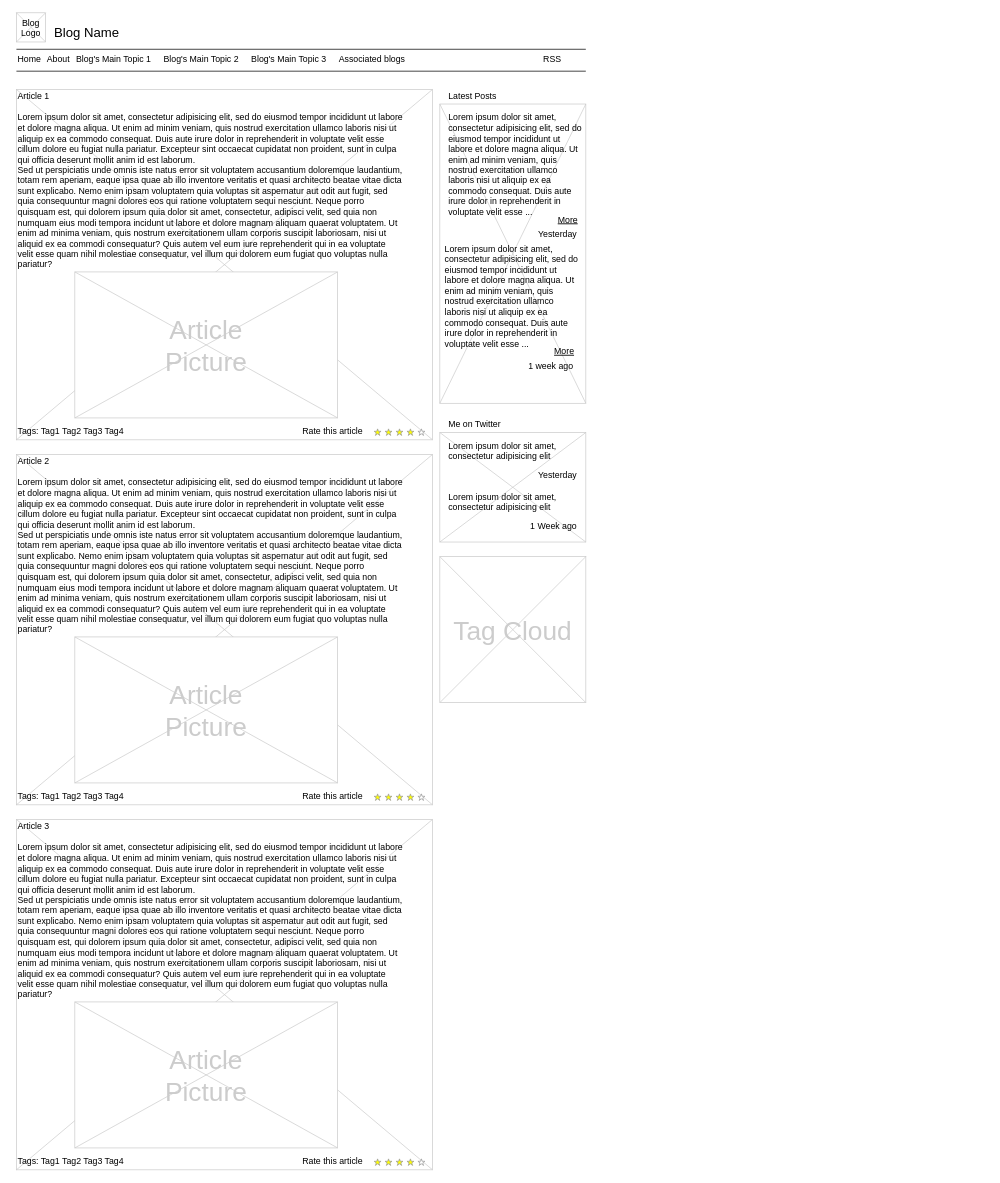
The draw.io diagram Untitled Diagram.drawio in jenni200462173/git-branch-pr-workflow, before the edit. Source tidied: cells renumbered, new cells numbered last; positions are measured from the earlier drawing's top-left corner, leaving out a move shared by most shapes. Both pictures are drawn from the tidied source at 73%, with x=0, y=0 at pixel (16, 12).
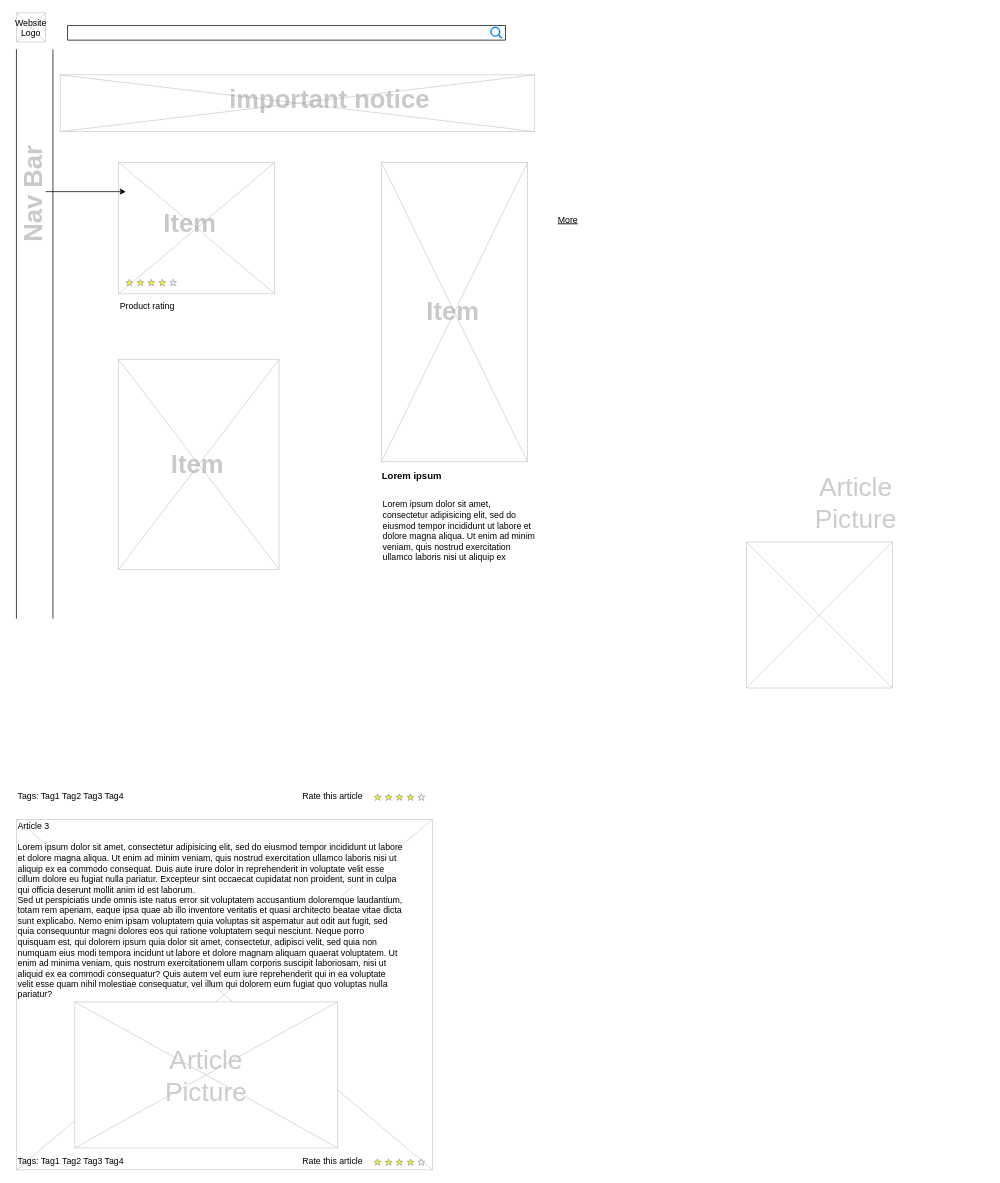
The same diagram, later.

Commit message:
Search bar wire frame

Diff of the diagram source:
```diff
@@
+    <mxCell id="54" style="verticalLabelPosition=bottom;verticalAlign=top;html=1;shape=mxgraph.basic.rect;fillColor2=none;strokeWidth=1;size=20;indent=5;fontFamily=Helvetica;fontSize=13;fontColor=#949494;" parent="1" vertex="1">
+      <mxGeometry x="70" y="17.5" width="600" height="20" as="geometry" />
+    </mxCell>
     <mxCell id="2" style="verticalLabelPosition=bottom;verticalAlign=top;strokeWidth=1;shape=mxgraph.mockup.graphics.iconGrid;strokeColor=#CCCCCC;gridSize=1,1;" parent="1" vertex="1">
-      <mxGeometry x="580" y="125" width="200" height="410" as="geometry" />
+      <mxGeometry x="500" y="205" width="200" height="410" as="geometry" />
     </mxCell>
     <mxCell id="3" style="verticalLabelPosition=bottom;verticalAlign=top;strokeWidth=1;shape=mxgraph.mockup.graphics.iconGrid;strokeColor=#CCCCCC;gridSize=1,1;" parent="1" vertex="1">
-      <mxGeometry y="105" width="570" height="480" as="geometry" />
+      <mxGeometry x="140" y="205" width="213.8" height="180" as="geometry" />
     </mxCell>
-    <mxCell id="4" value="Blog Name" style="text;spacingTop=-5;fontSize=18;fontStyle=0;" parent="1" vertex="1">
-      <mxGeometry x="50" y="15" width="230" height="20" as="geometry" />
-    </mxCell>
-    <mxCell id="5" style="line;strokeWidth=1;" parent="1" vertex="1">
-      <mxGeometry y="45" width="780" height="10" as="geometry" />
-    </mxCell>
-    <mxCell id="6" style="line;strokeWidth=1;" parent="1" vertex="1">
-      <mxGeometry y="75" width="780" height="10" as="geometry" />
+    <mxCell id="6" style="line;strokeWidth=1;rotation=-90;" parent="1" vertex="1">
+      <mxGeometry x="-340" y="435" width="780" height="10" as="geometry" />
     </mxCell>
-    <mxCell id="7" value="Home" style="text;spacingTop=-5;" parent="1" vertex="1">
-      <mxGeometry y="55" width="30" height="20" as="geometry" />
-    </mxCell>
-    <mxCell id="8" value="About" style="text;spacingTop=-5;" parent="1" vertex="1">
-      <mxGeometry x="40" y="55" width="30" height="20" as="geometry" />
-    </mxCell>
-    <mxCell id="9" value="Associated blogs" style="text;spacingTop=-5;" parent="1" vertex="1">
-      <mxGeometry x="440" y="55" width="30" height="20" as="geometry" />
-    </mxCell>
-    <mxCell id="10" value="Article 1" style="text;spacingTop=-5;" parent="1" vertex="1">
-      <mxGeometry y="105" width="30" height="20" as="geometry" />
-    </mxCell>
-    <mxCell id="11" value="Lorem ipsum dolor sit amet, consectetur adipisicing elit, sed do eiusmod tempor incididunt ut labore et dolore magna aliqua. Ut enim ad minim veniam, quis nostrud exercitation ullamco laboris nisi ut aliquip ex ea commodo consequat. Duis aute irure dolor in reprehenderit in voluptate velit esse cillum dolore eu fugiat nulla pariatur. Excepteur sint occaecat cupidatat non proident, sunt in culpa qui officia deserunt mollit anim id est laborum.&#10;Sed ut perspiciatis unde omnis iste natus error sit voluptatem accusantium doloremque laudantium, totam rem aperiam, eaque ipsa quae ab illo inventore veritatis et quasi architecto beatae vitae dicta sunt explicabo. Nemo enim ipsam voluptatem quia voluptas sit aspernatur aut odit aut fugit, sed quia consequuntur magni dolores eos qui ratione voluptatem sequi nesciunt. Neque porro quisquam est, qui dolorem ipsum quia dolor sit amet, consectetur, adipisci velit, sed quia non numquam eius modi tempora incidunt ut labore et dolore magnam aliquam quaerat voluptatem. Ut enim ad minima veniam, quis nostrum exercitationem ullam corporis suscipit laboriosam, nisi ut aliquid ex ea commodi consequatur? Quis autem vel eum iure reprehenderit qui in ea voluptate velit esse quam nihil molestiae consequatur, vel illum qui dolorem eum fugiat quo voluptas nulla pariatur?" style="text;spacingTop=-5;whiteSpace=wrap;align=left;" parent="1" vertex="1">
-      <mxGeometry y="135" width="530" height="250" as="geometry" />
+    <mxCell id="11" value="Lorem ipsum dolor sit amet, consectetur adipisicing elit, sed do eiusmod tempor incididunt ut labore et dolore magna aliqua. Ut enim ad minim veniam, quis nostrud exercitation ullamco laboris nisi ut aliquip ex " style="text;spacingTop=-5;whiteSpace=wrap;align=left;" parent="1" vertex="1">
+      <mxGeometry x="500" y="665" width="213.1" height="135" as="geometry" />
     </mxCell>
@@
-    <mxCell id="13" value="RSS" style="text;spacingTop=-5;" parent="1" vertex="1">
-      <mxGeometry x="720" y="55" width="30" height="20" as="geometry" />
-    </mxCell>
-    <mxCell id="14" value="Lorem ipsum dolor sit amet, consectetur adipisicing elit, sed do eiusmod tempor incididunt ut labore et dolore magna aliqua. Ut enim ad minim veniam, quis nostrud exercitation ullamco laboris nisi ut aliquip ex ea commodo consequat. Duis aute irure dolor in reprehenderit in voluptate velit esse ..." style="text;spacingTop=-5;whiteSpace=wrap;align=left;" parent="1" vertex="1">
-      <mxGeometry x="590" y="135" width="190" height="140" as="geometry" />
-    </mxCell>
@@
-    <mxCell id="16" value="Yesterday" style="text;spacingTop=-5;fontStyle=0;align=right;" parent="1" vertex="1">
-      <mxGeometry x="740" y="295" width="30" height="20" as="geometry" />
-    </mxCell>
-    <mxCell id="17" value="Lorem ipsum dolor sit amet, consectetur adipisicing elit, sed do eiusmod tempor incididunt ut labore et dolore magna aliqua. Ut enim ad minim veniam, quis nostrud exercitation ullamco laboris nisi ut aliquip ex ea commodo consequat. Duis aute irure dolor in reprehenderit in voluptate velit esse ..." style="text;spacingTop=-5;whiteSpace=wrap;align=left;" parent="1" vertex="1">
-      <mxGeometry x="585" y="315" width="190" height="140" as="geometry" />
-    </mxCell>
-    <mxCell id="18" value="More" style="text;spacingTop=-5;fontStyle=4;" parent="1" vertex="1">
-      <mxGeometry x="735" y="455" width="30" height="20" as="geometry" />
-    </mxCell>
-    <mxCell id="19" value="1 week ago" style="text;spacingTop=-5;fontStyle=0;align=right;" parent="1" vertex="1">
-      <mxGeometry x="735" y="475" width="30" height="20" as="geometry" />
-    </mxCell>
@@
-    <mxCell id="21" value="Blog &#10;Logo" style="text;spacingTop=-5;align=center;" parent="1" vertex="1">
+    <mxCell id="21" value="Website&#10;Logo" style="text;spacingTop=-5;align=center;" parent="1" vertex="1">
       <mxGeometry y="5" width="40" height="40" as="geometry" />
     </mxCell>
-    <mxCell id="22" value="Blog's Main Topic 1" style="text;spacingTop=-5;" parent="1" vertex="1">
-      <mxGeometry x="80" y="55" width="30" height="20" as="geometry" />
+    <mxCell id="22" value="Nav Bar" style="text;spacingTop=-5;fontStyle=1;fontFamily=Helvetica;fontColor=#949494;fontSize=35;rotation=-90;textOpacity=50;" parent="1" vertex="1">
+      <mxGeometry x="-20" y="35" width="300" height="260" as="geometry" />
     </mxCell>
-    <mxCell id="23" value="Blog's Main Topic 2" style="text;spacingTop=-5;" parent="1" vertex="1">
-      <mxGeometry x="200" y="55" width="30" height="20" as="geometry" />
-    </mxCell>
-    <mxCell id="24" value="Blog's Main Topic 3" style="text;spacingTop=-5;" parent="1" vertex="1">
-      <mxGeometry x="320" y="55" width="30" height="20" as="geometry" />
-    </mxCell>
     <mxCell id="25" style="verticalLabelPosition=bottom;verticalAlign=top;strokeWidth=1;shape=mxgraph.mockup.graphics.iconGrid;strokeColor=#CCCCCC;gridSize=1,1;" parent="1" vertex="1">
-      <mxGeometry x="80" y="355" width="360" height="200" as="geometry" />
+      <mxGeometry x="60" y="85" width="650" height="77.8" as="geometry" />
     </mxCell>
-    <mxCell id="26" value="Article&#10;Picture" style="text;spacingTop=-5;align=center;verticalAlign=middle;fontSize=36;fontColor=#CCCCCC;" parent="1" vertex="1">
-      <mxGeometry x="80" y="355" width="360" height="200" as="geometry" />
-    </mxCell>
     <mxCell id="27" style="verticalLabelPosition=bottom;verticalAlign=top;strokeWidth=1;shape=mxgraph.mockup.graphics.iconGrid;strokeColor=#CCCCCC;gridSize=1,1;" parent="1" vertex="1">
-      <mxGeometry y="605" width="570" height="480" as="geometry" />
+      <mxGeometry x="140" y="475" width="219.7" height="287.5" as="geometry" />
     </mxCell>
-    <mxCell id="28" value="Article 2" style="text;spacingTop=-5;" parent="1" vertex="1">
-      <mxGeometry y="605" width="30" height="20" as="geometry" />
-    </mxCell>
-    <mxCell id="29" value="Lorem ipsum dolor sit amet, consectetur adipisicing elit, sed do eiusmod tempor incididunt ut labore et dolore magna aliqua. Ut enim ad minim veniam, quis nostrud exercitation ullamco laboris nisi ut aliquip ex ea commodo consequat. Duis aute irure dolor in reprehenderit in voluptate velit esse cillum dolore eu fugiat nulla pariatur. Excepteur sint occaecat cupidatat non proident, sunt in culpa qui officia deserunt mollit anim id est laborum.&#10;Sed ut perspiciatis unde omnis iste natus error sit voluptatem accusantium doloremque laudantium, totam rem aperiam, eaque ipsa quae ab illo inventore veritatis et quasi architecto beatae vitae dicta sunt explicabo. Nemo enim ipsam voluptatem quia voluptas sit aspernatur aut odit aut fugit, sed quia consequuntur magni dolores eos qui ratione voluptatem sequi nesciunt. Neque porro quisquam est, qui dolorem ipsum quia dolor sit amet, consectetur, adipisci velit, sed quia non numquam eius modi tempora incidunt ut labore et dolore magnam aliquam quaerat voluptatem. Ut enim ad minima veniam, quis nostrum exercitationem ullam corporis suscipit laboriosam, nisi ut aliquid ex ea commodi consequatur? Quis autem vel eum iure reprehenderit qui in ea voluptate velit esse quam nihil molestiae consequatur, vel illum qui dolorem eum fugiat quo voluptas nulla pariatur?" style="text;spacingTop=-5;whiteSpace=wrap;align=left;" parent="1" vertex="1">
-      <mxGeometry y="635" width="530" height="250" as="geometry" />
-    </mxCell>
-    <mxCell id="30" style="verticalLabelPosition=bottom;verticalAlign=top;strokeWidth=1;shape=mxgraph.mockup.graphics.iconGrid;strokeColor=#CCCCCC;gridSize=1,1;" parent="1" vertex="1">
-      <mxGeometry x="80" y="855" width="360" height="200" as="geometry" />
-    </mxCell>
     <mxCell id="31" value="Article&#10;Picture" style="text;spacingTop=-5;align=center;verticalAlign=middle;fontSize=36;fontColor=#CCCCCC;" parent="1" vertex="1">
-      <mxGeometry x="80" y="855" width="360" height="200" as="geometry" />
+      <mxGeometry x="970" y="570" width="360" height="200" as="geometry" />
     </mxCell>
@@
     <mxCell id="37" style="verticalLabelPosition=bottom;verticalAlign=top;strokeWidth=1;shape=mxgraph.mockup.misc.rating;strokeColor=#999999;fillColor=#ffff00;emptyFillColor=#ffffff;grade=4;ratingScale=5;ratingStyle=star;" parent="1" vertex="1">
-      <mxGeometry x="490" y="570" width="77.5" height="10" as="geometry" />
+      <mxGeometry x="150" y="365" width="77.5" height="10" as="geometry" />
     </mxCell>
-    <mxCell id="38" value="Rate this article" style="text;spacingTop=-5;" parent="1" vertex="1">
-      <mxGeometry x="390" y="565" width="30" height="20" as="geometry" />
+    <mxCell id="38" value="Product rating" style="text;spacingTop=-5;" parent="1" vertex="1">
+      <mxGeometry x="140" y="392.8" width="130" height="20" as="geometry" />
     </mxCell>
@@
-    <mxCell id="43" value="Tags: Tag1 Tag2 Tag3 Tag4" style="text;spacingTop=-5;" parent="1" vertex="1">
-      <mxGeometry y="565" width="210" height="20" as="geometry" />
-    </mxCell>
@@
-    <mxCell id="46" style="verticalLabelPosition=bottom;verticalAlign=top;strokeWidth=1;shape=mxgraph.mockup.graphics.iconGrid;strokeColor=#CCCCCC;gridSize=1,1;" parent="1" vertex="1">
-      <mxGeometry x="580" y="575" width="200" height="150" as="geometry" />
-    </mxCell>
-    <mxCell id="47" value="Me on Twitter" style="text;spacingTop=-5;" parent="1" vertex="1">
-      <mxGeometry x="590" y="555" width="30" height="20" as="geometry" />
-    </mxCell>
-    <mxCell id="48" value="Lorem ipsum dolor sit amet, consectetur adipisicing elit" style="text;spacingTop=-5;whiteSpace=wrap;align=left;" parent="1" vertex="1">
-      <mxGeometry x="590" y="585" width="190" height="40" as="geometry" />
-    </mxCell>
-    <mxCell id="49" value="Yesterday" style="text;spacingTop=-5;fontStyle=0;align=right;" parent="1" vertex="1">
-      <mxGeometry x="740" y="625" width="30" height="20" as="geometry" />
-    </mxCell>
     <mxCell id="50" style="verticalLabelPosition=bottom;verticalAlign=top;strokeWidth=1;shape=mxgraph.mockup.graphics.iconGrid;strokeColor=#CCCCCC;gridSize=1,1;" parent="1" vertex="1">
-      <mxGeometry x="580" y="745" width="200" height="200" as="geometry" />
+      <mxGeometry x="1000" y="725" width="200" height="200" as="geometry" />
     </mxCell>
-    <mxCell id="51" value="Tag Cloud" style="text;spacingTop=-5;align=center;verticalAlign=middle;fontSize=36;fontColor=#CCCCCC;" parent="1" vertex="1">
-      <mxGeometry x="580" y="745" width="200" height="200" as="geometry" />
-    </mxCell>
-    <mxCell id="52" value="Lorem ipsum dolor sit amet, consectetur adipisicing elit" style="text;spacingTop=-5;whiteSpace=wrap;align=left;" parent="1" vertex="1">
-      <mxGeometry x="590" y="655" width="190" height="40" as="geometry" />
-    </mxCell>
-    <mxCell id="53" value="1 Week ago" style="text;spacingTop=-5;fontStyle=0;align=right;" parent="1" vertex="1">
-      <mxGeometry x="740" y="695" width="30" height="20" as="geometry" />
-    </mxCell>
+    <mxCell id="55" style="line;strokeWidth=1;rotation=-90;" parent="1" vertex="1">
+      <mxGeometry x="-390" y="435" width="780" height="10" as="geometry" />
+    </mxCell>
+    <mxCell id="56" style="endArrow=classic;html=1;rounded=0;fontFamily=Helvetica;fontSize=10;fontColor=#949494;" parent="1" edge="1">
+      <mxGeometry relative="1" as="geometry">
+        <mxPoint x="40" y="245" as="sourcePoint" />
+        <mxPoint x="150" y="245" as="targetPoint" />
+      </mxGeometry>
+    </mxCell>
+    <mxCell id="57" value="important notice" style="text;spacingTop=-5;fontStyle=1;fontFamily=Helvetica;fontColor=#949494;fontSize=35;rotation=0;textOpacity=50;" parent="1" vertex="1">
+      <mxGeometry x="290" y="95" width="345" height="307.8" as="geometry" />
+    </mxCell>
+    <mxCell id="58" value="Item" style="text;spacingTop=-5;fontStyle=1;fontFamily=Helvetica;fontColor=#949494;fontSize=35;rotation=0;textOpacity=50;" parent="1" vertex="1">
+      <mxGeometry x="560" y="385" width="80" height="60" as="geometry" />
+    </mxCell>
+    <mxCell id="59" value="Item" style="text;spacingTop=-5;fontStyle=1;fontFamily=Helvetica;fontColor=#949494;fontSize=35;rotation=0;textOpacity=50;" parent="1" vertex="1">
+      <mxGeometry x="199.8" y="265" width="100" height="50" as="geometry" />
+    </mxCell>
+    <mxCell id="60" value="Item" style="text;spacingTop=-5;fontStyle=1;fontFamily=Helvetica;fontColor=#949494;fontSize=35;rotation=0;textOpacity=50;" parent="1" vertex="1">
+      <mxGeometry x="210" y="595" width="80" height="40" as="geometry" />
+    </mxCell>
+    <mxCell id="61" value="Lorem ipsum " style="text;spacingTop=-5;whiteSpace=wrap;align=left;fontStyle=1;fontSize=13;" parent="1" vertex="1">
+      <mxGeometry x="498.5" y="625" width="213.1" height="135" as="geometry" />
+    </mxCell>
+    <mxCell id="62" style="html=1;verticalLabelPosition=bottom;align=center;labelBackgroundColor=#ffffff;verticalAlign=top;strokeWidth=2;strokeColor=#0080F0;shadow=0;dashed=0;shape=mxgraph.ios7.icons.looking_glass;fontFamily=Helvetica;fontSize=13;fontColor=#949494;" parent="1" vertex="1">
+      <mxGeometry x="650" y="20" width="15" height="15" as="geometry" />
+    </mxCell>
```
